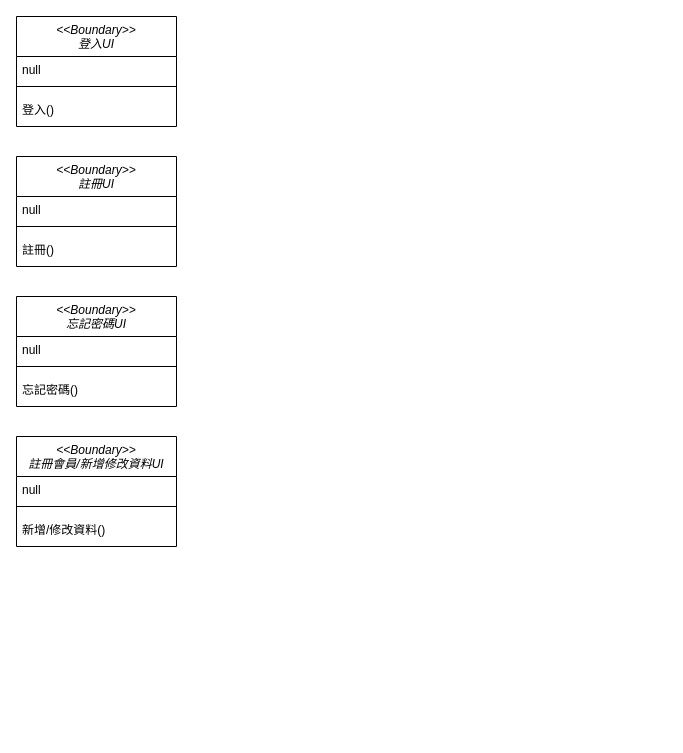
odcs0320/blog keeps this draw.io diagram as 會員管理類別圖0515.drawio. Above is the earlier version. Source tidied: cells renumbered, new cells numbered last; positions are measured from the earlier drawing's top-left corner, leaving out a move shared by most shapes. Both pictures are drawn from the tidied source at 100%, with x=0, y=0 at pixel (16, 16).
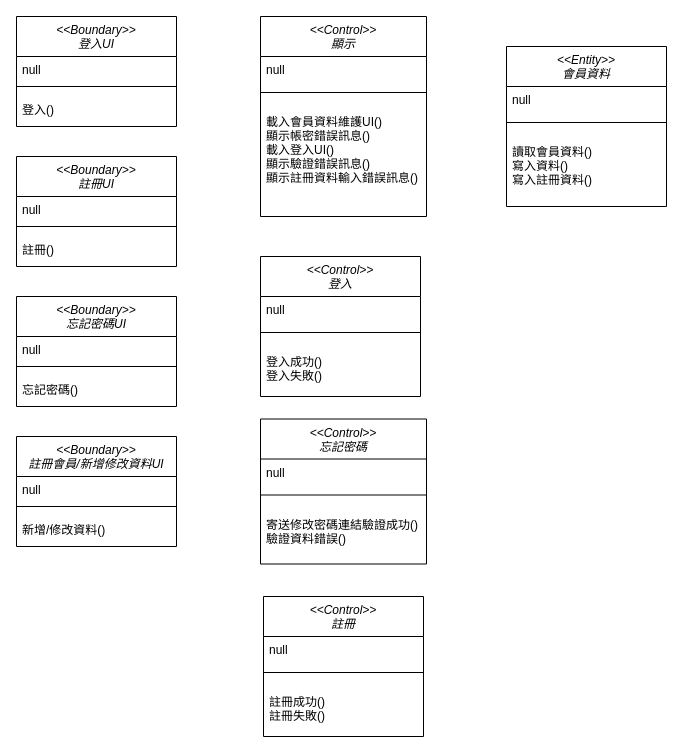
After the change.

Commit message (it also covers changes not shown here):
更新會員管理類別圖0515.drawio

Diff of the diagram source:
```diff
@@
+    <mxCell id="18" value="&lt;&lt;Control&gt;&gt;&#10;顯示" style="swimlane;fontStyle=2;align=center;verticalAlign=top;horizontal=1;startSize=40;rounded=0;shadow=0;strokeWidth=1;" parent="1" vertex="1">
+      <mxGeometry x="244" width="166" height="200" as="geometry" />
+    </mxCell>
+    <mxCell id="19" value="null" style="text;align=left;verticalAlign=top;spacingLeft=4;spacingRight=4;overflow=hidden;rounded=0;shadow=0;html=0;" parent="18" vertex="1">
+      <mxGeometry y="40" width="166" height="20" as="geometry" />
+    </mxCell>
+    <mxCell id="20" style="line;html=1;strokeWidth=1;align=left;verticalAlign=middle;spacingTop=-1;spacingLeft=3;spacingRight=3;labelPosition=right;" parent="18" vertex="1">
+      <mxGeometry y="60" width="166" height="32" as="geometry" />
+    </mxCell>
+    <mxCell id="21" value="載入會員資料維護UI()&#10;顯示帳密錯誤訊息()&#10;載入登入UI()&#10;顯示驗證錯誤訊息()&#10;顯示註冊資料輸入錯誤訊息()" style="text;align=left;verticalAlign=top;spacingLeft=4;spacingRight=4;overflow=hidden;rounded=0;shadow=0;html=0;" parent="18" vertex="1">
+      <mxGeometry y="92" width="166" height="88" as="geometry" />
+    </mxCell>
+    <mxCell id="22" value="&lt;&lt;Control&gt;&gt;&#10;登入" style="swimlane;fontStyle=2;align=center;verticalAlign=top;horizontal=1;startSize=40;rounded=0;shadow=0;strokeWidth=1;" parent="1" vertex="1">
+      <mxGeometry x="244" y="240" width="160" height="140" as="geometry" />
+    </mxCell>
+    <mxCell id="23" value="null" style="text;align=left;verticalAlign=top;spacingLeft=4;spacingRight=4;overflow=hidden;rounded=0;shadow=0;html=0;" parent="22" vertex="1">
+      <mxGeometry y="40" width="160" height="20" as="geometry" />
+    </mxCell>
+    <mxCell id="24" style="line;html=1;strokeWidth=1;align=left;verticalAlign=middle;spacingTop=-1;spacingLeft=3;spacingRight=3;labelPosition=right;" parent="22" vertex="1">
+      <mxGeometry y="60" width="160" height="32" as="geometry" />
+    </mxCell>
+    <mxCell id="25" value="登入成功()&#10;登入失敗()" style="text;align=left;verticalAlign=top;spacingLeft=4;spacingRight=4;overflow=hidden;rounded=0;shadow=0;html=0;" parent="22" vertex="1">
+      <mxGeometry y="92" width="160" height="38" as="geometry" />
+    </mxCell>
+    <mxCell id="26" value="&lt;&lt;Control&gt;&gt;&#10;忘記密碼" style="swimlane;fontStyle=2;align=center;verticalAlign=top;horizontal=1;startSize=40;rounded=0;shadow=0;strokeWidth=1;" parent="1" vertex="1">
+      <mxGeometry x="244" y="402.5" width="166" height="145" as="geometry" />
+    </mxCell>
+    <mxCell id="27" value="null" style="text;align=left;verticalAlign=top;spacingLeft=4;spacingRight=4;overflow=hidden;rounded=0;shadow=0;html=0;" parent="26" vertex="1">
+      <mxGeometry y="40" width="166" height="20" as="geometry" />
+    </mxCell>
+    <mxCell id="28" style="line;html=1;strokeWidth=1;align=left;verticalAlign=middle;spacingTop=-1;spacingLeft=3;spacingRight=3;labelPosition=right;" parent="26" vertex="1">
+      <mxGeometry y="60" width="166" height="32" as="geometry" />
+    </mxCell>
+    <mxCell id="29" value="寄送修改密碼連結驗證成功()&#10;驗證資料錯誤()" style="text;align=left;verticalAlign=top;spacingLeft=4;spacingRight=4;overflow=hidden;rounded=0;shadow=0;html=0;" parent="26" vertex="1">
+      <mxGeometry y="92" width="166" height="38" as="geometry" />
+    </mxCell>
+    <mxCell id="30" value="&lt;&lt;Control&gt;&gt;&#10;註冊" style="swimlane;fontStyle=2;align=center;verticalAlign=top;horizontal=1;startSize=40;rounded=0;shadow=0;strokeWidth=1;" parent="1" vertex="1">
+      <mxGeometry x="247" y="580" width="160" height="140" as="geometry" />
+    </mxCell>
+    <mxCell id="31" value="null" style="text;align=left;verticalAlign=top;spacingLeft=4;spacingRight=4;overflow=hidden;rounded=0;shadow=0;html=0;" parent="30" vertex="1">
+      <mxGeometry y="40" width="160" height="20" as="geometry" />
+    </mxCell>
+    <mxCell id="32" style="line;html=1;strokeWidth=1;align=left;verticalAlign=middle;spacingTop=-1;spacingLeft=3;spacingRight=3;labelPosition=right;" parent="30" vertex="1">
+      <mxGeometry y="60" width="160" height="32" as="geometry" />
+    </mxCell>
+    <mxCell id="33" value="註冊成功()&#10;註冊失敗()" style="text;align=left;verticalAlign=top;spacingLeft=4;spacingRight=4;overflow=hidden;rounded=0;shadow=0;html=0;" parent="30" vertex="1">
+      <mxGeometry y="92" width="160" height="38" as="geometry" />
+    </mxCell>
+    <mxCell id="34" value="&lt;&lt;Entity&gt;&gt;&#10;會員資料" style="swimlane;fontStyle=2;align=center;verticalAlign=top;horizontal=1;startSize=40;rounded=0;shadow=0;strokeWidth=1;" parent="1" vertex="1">
+      <mxGeometry x="490" y="30" width="160" height="160" as="geometry" />
+    </mxCell>
+    <mxCell id="35" value="null" style="text;align=left;verticalAlign=top;spacingLeft=4;spacingRight=4;overflow=hidden;rounded=0;shadow=0;html=0;" parent="34" vertex="1">
+      <mxGeometry y="40" width="160" height="20" as="geometry" />
+    </mxCell>
+    <mxCell id="36" style="line;html=1;strokeWidth=1;align=left;verticalAlign=middle;spacingTop=-1;spacingLeft=3;spacingRight=3;labelPosition=right;" parent="34" vertex="1">
+      <mxGeometry y="60" width="160" height="32" as="geometry" />
+    </mxCell>
+    <mxCell id="37" value="讀取會員資料()&#10;寫入資料()&#10;寫入註冊資料()" style="text;align=left;verticalAlign=top;spacingLeft=4;spacingRight=4;overflow=hidden;rounded=0;shadow=0;html=0;" parent="34" vertex="1">
+      <mxGeometry y="92" width="160" height="58" as="geometry" />
+    </mxCell>
```
